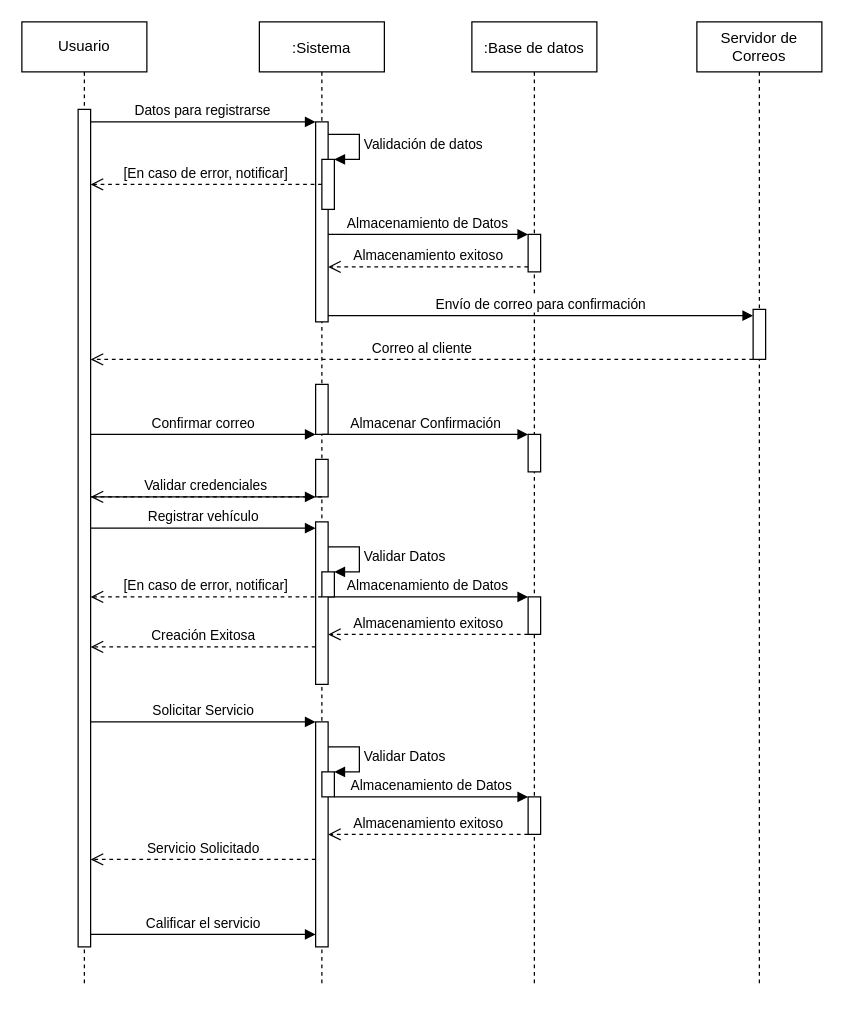
Above: page "Diagrama de Secuencia" (3 of 5) of Diagramas Autolite.drawio in cgmerida/Diagramas-Autolite (draw.io), before the change. Source tidied: cells renumbered, new cells numbered last; positions are measured from the earlier drawing's top-left corner, leaving out a move shared by most shapes. Both pictures are drawn from the tidied source at 125%, with x=0, y=0 at pixel (21, 21).
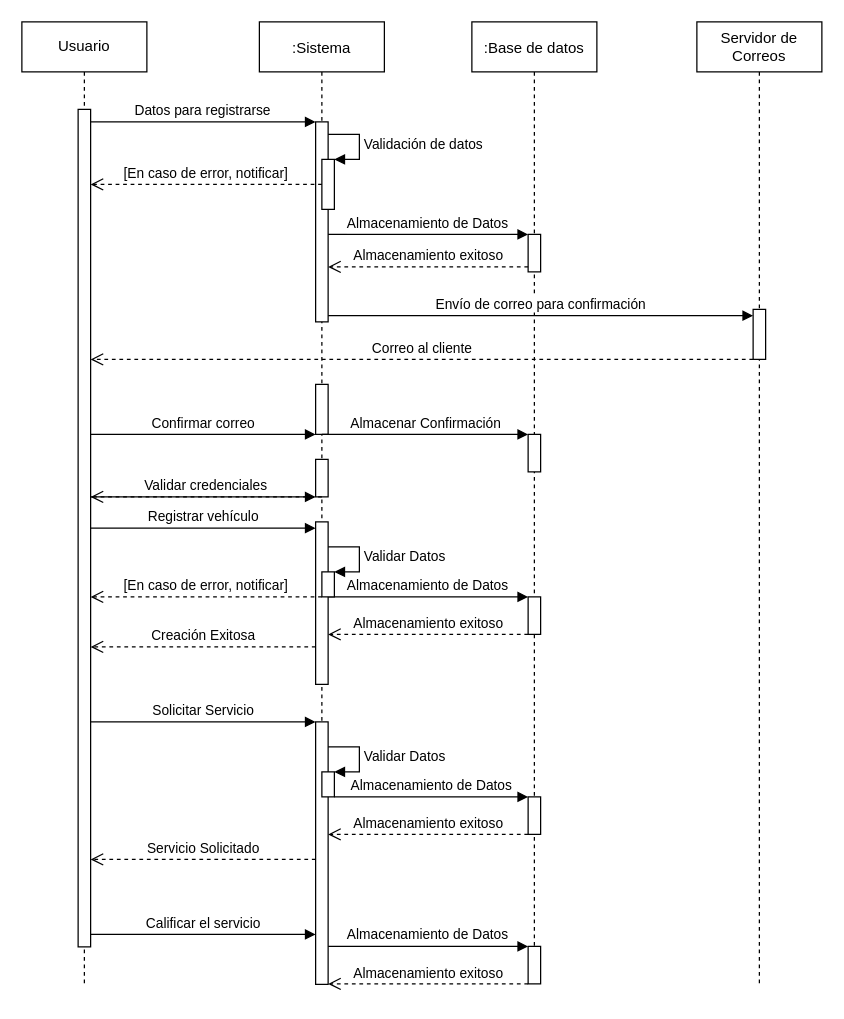
The same diagram, later.

Unchanged cells that the change refers to:
```xml
<mxCell id="2" value=":Sistema" style="shape=umlLifeline;perimeter=lifelinePerimeter;rounded=0;shadow=0;strokeWidth=1;" parent="1" vertex="1">
  <mxGeometry x="190" width="100" height="770" as="geometry" />
</mxCell>
<mxCell id="16" value=":Base de datos" style="shape=umlLifeline;perimeter=lifelinePerimeter;rounded=0;shadow=0;strokeWidth=1;" parent="1" vertex="1">
  <mxGeometry x="360" width="100" height="770" as="geometry" />
</mxCell>
```

Change to the diagram source:
```diff
@@
     <mxCell id="8" style="html=1;points=[];perimeter=orthogonalPerimeter;" parent="2" vertex="1">
-      <mxGeometry x="45" y="560" width="10" height="180" as="geometry" />
+      <mxGeometry x="45" y="560" width="10" height="210" as="geometry" />
     </mxCell>
@@
+    <mxCell id="43" style="points=[];perimeter=orthogonalPerimeter;rounded=0;shadow=0;strokeWidth=1;" parent="16" vertex="1">
+      <mxGeometry x="45" y="739.6" width="10" height="30" as="geometry" />
+    </mxCell>
+    <mxCell id="44" value="Almacenamiento exitoso" style="html=1;verticalAlign=bottom;endArrow=open;dashed=1;endSize=8;" parent="16" edge="1" source="43">
+      <mxGeometry relative="1" as="geometry">
+        <mxPoint x="-115" y="769.6" as="targetPoint" />
+        <Array as="points">
+          <mxPoint x="20" y="769.6" />
+        </Array>
+      </mxGeometry>
+    </mxCell>
@@
+    <mxCell id="45" value="Almacenamiento de Datos" style="verticalAlign=bottom;endArrow=block;shadow=0;strokeWidth=1;" parent="1" edge="1" source="8" target="43">
+      <mxGeometry relative="1" as="geometry">
+        <Array as="points">
+          <mxPoint x="345" y="739.6" />
+        </Array>
+      </mxGeometry>
+    </mxCell>
```
